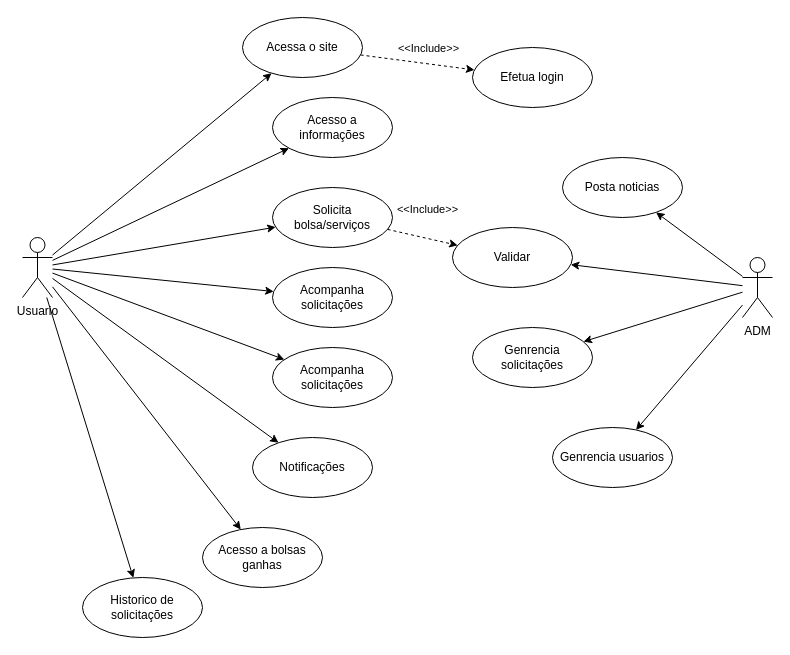
The draw.io diagram Eng de Software 1/Trabalho/diagrama_casos.drawio in MarcosWillianAP1K/Atividade_Faculdade, before the edit. Source tidied: cells renumbered, new cells numbered last; positions are measured from the earlier drawing's top-left corner, leaving out a move shared by most shapes. Both pictures are drawn from the tidied source at 100%, with x=0, y=0 at pixel (22, 17).
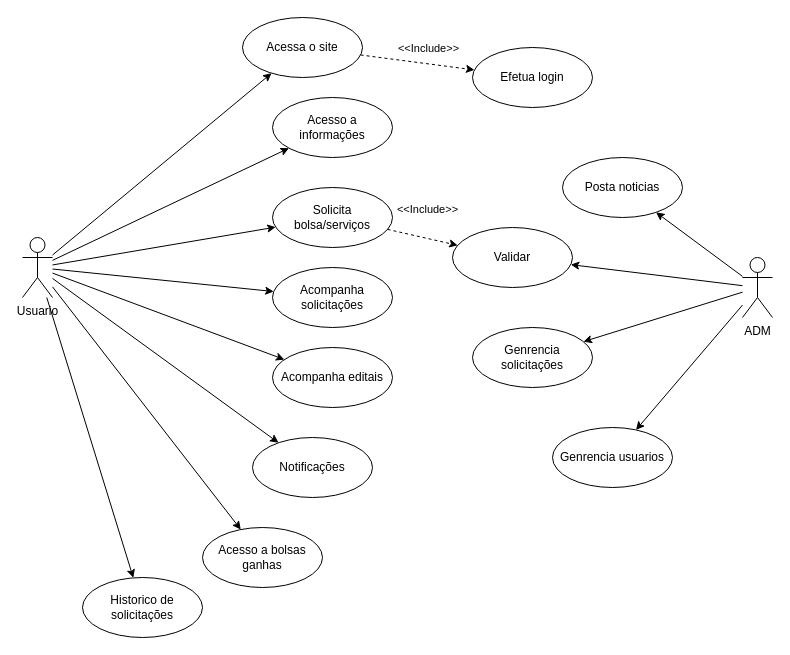
Above is the later version.

Commit message:
ajeitando eng

The edit, as a diff of the source:
```diff
@@
-    <mxCell id="26" value="Acompanha solicitações" style="ellipse;whiteSpace=wrap;html=1;" parent="1" vertex="1">
+    <mxCell id="26" value="Acompanha editais" style="ellipse;whiteSpace=wrap;html=1;" parent="1" vertex="1">
       <mxGeometry x="250" y="330" width="120" height="60" as="geometry" />
     </mxCell>
```
